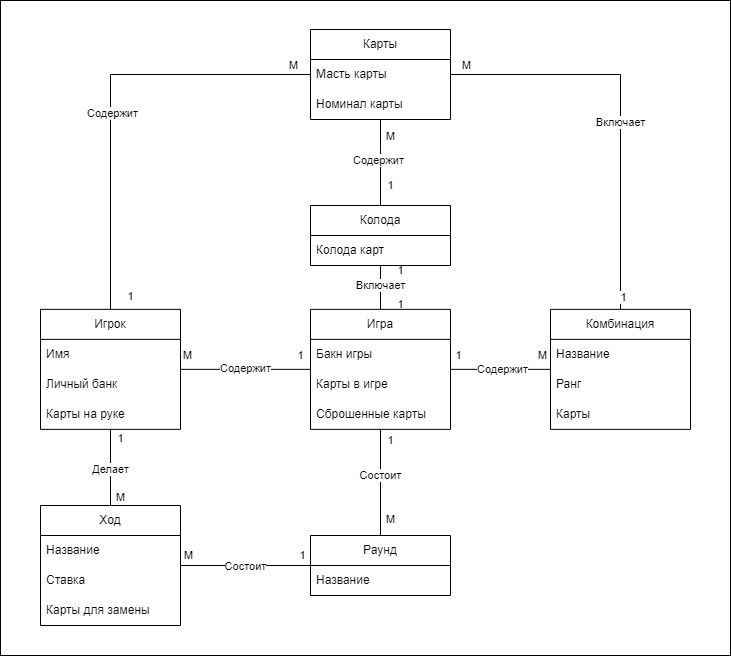
SurrealGentleman/Draw-poker keeps this draw.io diagram as images/диаграмма2.drawio.png. Above is the earlier version. Source tidied: cells renumbered, new cells last; positions are measured from the earlier drawing's top-left corner, leaving out a move shared by most shapes.
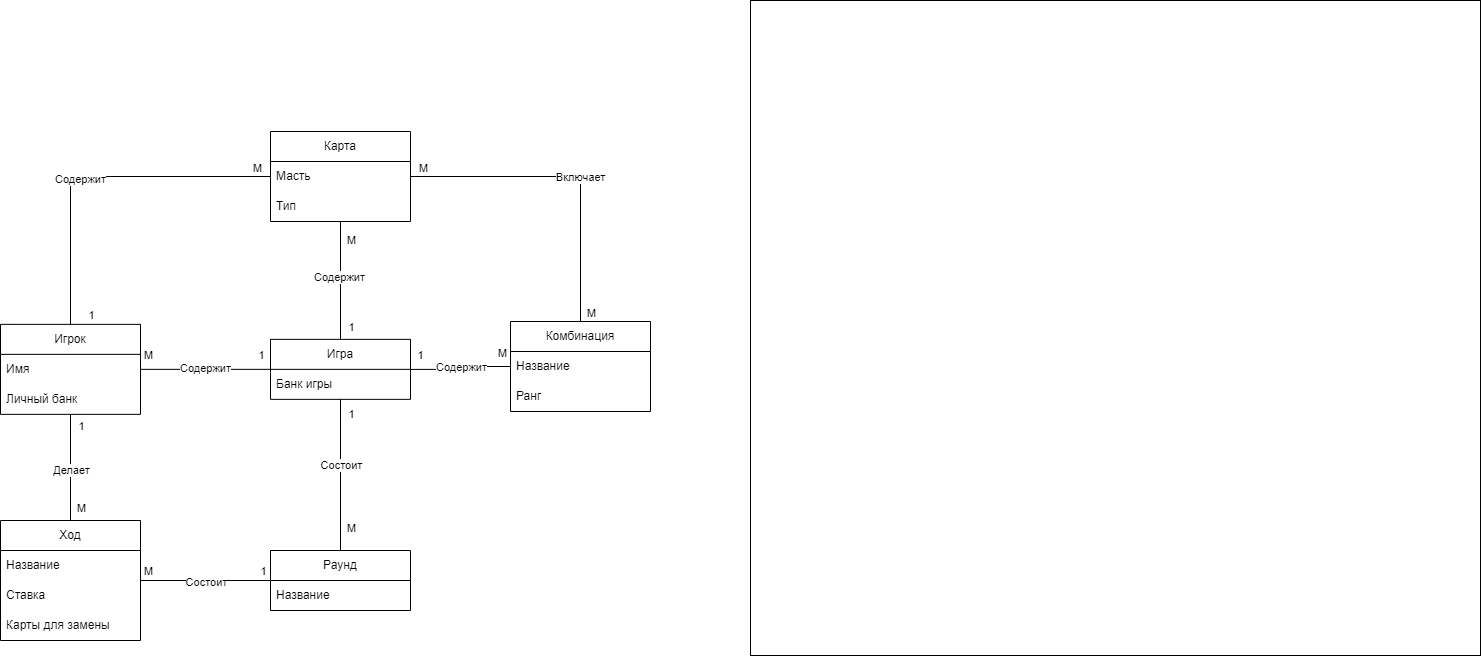
After the commit.

The edit, as a diff of the source:
```diff
@@ -3,7 +3,7 @@
     <mxCell id="0" />
     <mxCell id="1" parent="0" />
     <mxCell id="2" style="rounded=0;whiteSpace=wrap;html=1;" parent="1" vertex="1">
-      <mxGeometry width="730" height="655" as="geometry" />
+      <mxGeometry x="790" width="730" height="655" as="geometry" />
     </mxCell>
     <mxCell id="3" style="edgeStyle=orthogonalEdgeStyle;rounded=0;jettySize=auto;html=1;endArrow=none;endFill=0;" parent="1" edge="1" source="19" target="31">
       <mxGeometry relative="1" as="geometry" />
@@ -21,22 +21,6 @@
     <mxCell id="6" value="Содержит" style="edgeLabel;html=1;align=center;verticalAlign=middle;" parent="3" vertex="1">
       <mxGeometry x="0.01" y="-1" relative="1" as="geometry" />
     </mxCell>
-    <mxCell id="7" style="edgeStyle=orthogonalEdgeStyle;rounded=0;jettySize=auto;html=1;endArrow=none;endFill=0;" parent="1" edge="1" source="19" target="39">
-      <mxGeometry relative="1" as="geometry" />
-    </mxCell>
-    <mxCell id="8" value="1&lt;span style=&quot;white-space: pre;&quot;&gt;&#9;&lt;/span&gt;" style="edgeLabel;html=1;align=center;verticalAlign=middle;" parent="7" vertex="1">
-      <mxGeometry x="-0.75" relative="1" as="geometry">
-        <mxPoint x="20" as="offset" />
-      </mxGeometry>
-    </mxCell>
-    <mxCell id="9" value="1" style="edgeLabel;html=1;align=center;verticalAlign=middle;" parent="7" vertex="1">
-      <mxGeometry x="0.8" relative="1" as="geometry">
-        <mxPoint x="20" as="offset" />
-      </mxGeometry>
-    </mxCell>
-    <mxCell id="10" value="Включает" style="edgeLabel;html=1;align=center;verticalAlign=middle;" parent="7" vertex="1">
-      <mxGeometry x="0.12" relative="1" as="geometry" />
-    </mxCell>
     <mxCell id="11" style="edgeStyle=orthogonalEdgeStyle;rounded=0;jettySize=auto;html=1;endArrow=none;endFill=0;" parent="1" edge="1" source="19" target="48">
       <mxGeometry relative="1" as="geometry" />
     </mxCell>
@@ -70,21 +54,15 @@
       </mxGeometry>
     </mxCell>
     <mxCell id="19" value="Игра" style="swimlane;fontStyle=0;horizontal=1;startSize=30;whiteSpace=wrap;html=1;" parent="1" vertex="1">
-      <mxGeometry x="310" y="308.8" width="140" height="120" as="geometry" />
+      <mxGeometry x="310" y="338.8" width="140" height="60" as="geometry" />
     </mxCell>
-    <mxCell id="20" value="Бакн игры" style="text;strokeColor=none;fillColor=none;align=left;verticalAlign=middle;spacingLeft=4;spacingRight=4;overflow=hidden;whiteSpace=wrap;html=1;" parent="19" vertex="1">
+    <mxCell id="20" value="Банк игры" style="text;strokeColor=none;fillColor=none;align=left;verticalAlign=middle;spacingLeft=4;spacingRight=4;overflow=hidden;whiteSpace=wrap;html=1;" parent="19" vertex="1">
       <mxGeometry y="30" width="140" height="30" as="geometry" />
     </mxCell>
-    <mxCell id="21" value="Карты в игре" style="text;strokeColor=none;fillColor=none;align=left;verticalAlign=middle;spacingLeft=4;spacingRight=4;overflow=hidden;whiteSpace=wrap;html=1;" parent="19" vertex="1">
-      <mxGeometry y="60" width="140" height="30" as="geometry" />
-    </mxCell>
-    <mxCell id="22" value="Сброшенные карты" style="text;strokeColor=none;fillColor=none;align=left;verticalAlign=middle;spacingLeft=4;spacingRight=4;overflow=hidden;whiteSpace=wrap;html=1;" parent="19" vertex="1">
-      <mxGeometry y="90" width="140" height="30" as="geometry" />
-    </mxCell>
     <mxCell id="23" style="edgeStyle=orthogonalEdgeStyle;rounded=0;jettySize=auto;html=1;endArrow=none;endFill=0;" parent="1" edge="1" source="31" target="41">
       <mxGeometry relative="1" as="geometry">
         <Array as="points">
-          <mxPoint x="110" y="74" />
+          <mxPoint x="110" y="176" />
         </Array>
       </mxGeometry>
     </mxCell>
@@ -118,7 +96,7 @@
       <mxGeometry x="0.05" relative="1" as="geometry" />
     </mxCell>
     <mxCell id="31" value="Игрок" style="swimlane;fontStyle=0;horizontal=1;startSize=30;whiteSpace=wrap;html=1;" parent="1" vertex="1">
-      <mxGeometry x="40" y="308.8" width="140" height="120" as="geometry" />
+      <mxGeometry x="40" y="323.8" width="140" height="90" as="geometry" />
     </mxCell>
     <mxCell id="32" value="Имя" style="text;strokeColor=none;fillColor=none;align=left;verticalAlign=middle;spacingLeft=4;spacingRight=4;overflow=hidden;whiteSpace=wrap;html=1;" parent="31" vertex="1">
       <mxGeometry y="30" width="140" height="30" as="geometry" />
@@ -126,43 +104,29 @@
     <mxCell id="33" value="Личный банк" style="text;strokeColor=none;fillColor=none;align=left;verticalAlign=middle;spacingLeft=4;spacingRight=4;overflow=hidden;whiteSpace=wrap;html=1;" parent="31" vertex="1">
       <mxGeometry y="60" width="140" height="30" as="geometry" />
     </mxCell>
-    <mxCell id="34" value="Карты на руке" style="text;strokeColor=none;fillColor=none;align=left;verticalAlign=middle;spacingLeft=4;spacingRight=4;overflow=hidden;whiteSpace=wrap;html=1;" parent="31" vertex="1">
-      <mxGeometry y="90" width="140" height="30" as="geometry" />
-    </mxCell>
-    <mxCell id="35" style="edgeStyle=orthogonalEdgeStyle;rounded=0;jettySize=auto;html=1;endArrow=none;endFill=0;" parent="1" edge="1" source="39" target="41">
-      <mxGeometry relative="1" as="geometry">
-        <Array as="points">
-          <mxPoint x="380" y="145" />
-          <mxPoint x="380" y="145" />
-        </Array>
-      </mxGeometry>
+    <mxCell id="35" style="edgeStyle=orthogonalEdgeStyle;rounded=0;jettySize=auto;html=1;endArrow=none;endFill=0;exitX=0.5;exitY=0;exitDx=0;exitDy=0;" parent="1" edge="1" source="19" target="41">
+      <mxGeometry relative="1" as="geometry" />
     </mxCell>
     <mxCell id="36" value="М" style="edgeLabel;html=1;align=center;verticalAlign=middle;" parent="35" vertex="1">
       <mxGeometry x="0.83" relative="1" as="geometry">
         <mxPoint x="10" y="9" as="offset" />
       </mxGeometry>
     </mxCell>
-    <mxCell id="37" value="1" style="edgeLabel;html=1;align=center;verticalAlign=middle;" parent="35" vertex="1">
-      <mxGeometry x="-0.83" relative="1" as="geometry">
-        <mxPoint x="10" y="-13" as="offset" />
-      </mxGeometry>
-    </mxCell>
     <mxCell id="38" value="Содержит" style="edgeLabel;html=1;align=center;verticalAlign=middle;" parent="35" vertex="1">
       <mxGeometry x="0.06" y="2" relative="1" as="geometry" />
     </mxCell>
-    <mxCell id="39" value="Колода" style="swimlane;fontStyle=0;horizontal=1;startSize=30;whiteSpace=wrap;html=1;" parent="1" vertex="1">
-      <mxGeometry x="310" y="205" width="140" height="60" as="geometry" />
-    </mxCell>
-    <mxCell id="40" value="Колода карт" style="text;strokeColor=none;fillColor=none;align=left;verticalAlign=middle;spacingLeft=4;spacingRight=4;overflow=hidden;whiteSpace=wrap;html=1;" parent="39" vertex="1">
-      <mxGeometry y="30" width="140" height="30" as="geometry" />
-    </mxCell>
+    <mxCell id="62" value="1" style="edgeLabel;html=1;align=center;verticalAlign=middle;" parent="35" vertex="1">
+      <mxGeometry x="-0.8" relative="1" as="geometry">
+        <mxPoint x="10" as="offset" />
+      </mxGeometry>
+    </mxCell>
-    <mxCell id="41" value="Карты" style="swimlane;fontStyle=0;horizontal=1;startSize=30;whiteSpace=wrap;html=1;" parent="1" vertex="1">
-      <mxGeometry x="310" y="29" width="140" height="90" as="geometry" />
+    <mxCell id="41" value="Карта" style="swimlane;fontStyle=0;horizontal=1;startSize=30;whiteSpace=wrap;html=1;" parent="1" vertex="1">
+      <mxGeometry x="310" y="131" width="140" height="90" as="geometry" />
     </mxCell>
-    <mxCell id="42" value="Масть карты" style="text;strokeColor=none;fillColor=none;align=left;verticalAlign=middle;spacingLeft=4;spacingRight=4;overflow=hidden;points=[[0,0.5],[1,0.5]];portConstraint=eastwest;whiteSpace=wrap;html=1;" parent="41" vertex="1">
+    <mxCell id="42" value="Масть" style="text;strokeColor=none;fillColor=none;align=left;verticalAlign=middle;spacingLeft=4;spacingRight=4;overflow=hidden;points=[[0,0.5],[1,0.5]];portConstraint=eastwest;whiteSpace=wrap;html=1;" parent="41" vertex="1">
       <mxGeometry y="30" width="140" height="30" as="geometry" />
     </mxCell>
-    <mxCell id="43" value="Номинал карты" style="text;strokeColor=none;fillColor=none;align=left;verticalAlign=middle;spacingLeft=4;spacingRight=4;overflow=hidden;whiteSpace=wrap;html=1;" parent="41" vertex="1">
+    <mxCell id="43" value="Тип" style="text;strokeColor=none;fillColor=none;align=left;verticalAlign=middle;spacingLeft=4;spacingRight=4;overflow=hidden;whiteSpace=wrap;html=1;" parent="41" vertex="1">
       <mxGeometry y="60" width="140" height="30" as="geometry" />
     </mxCell>
     <mxCell id="44" style="edgeStyle=orthogonalEdgeStyle;rounded=0;jettySize=auto;html=1;endArrow=none;endFill=0;" parent="1" edge="1" source="48" target="50">
@@ -182,13 +146,13 @@
       </mxGeometry>
     </mxCell>
     <mxCell id="48" value="Раунд" style="swimlane;fontStyle=0;horizontal=1;startSize=30;whiteSpace=wrap;html=1;" parent="1" vertex="1">
-      <mxGeometry x="310" y="535" width="140" height="60" as="geometry" />
+      <mxGeometry x="310" y="550" width="140" height="60" as="geometry" />
     </mxCell>
     <mxCell id="49" value="Название" style="text;strokeColor=none;fillColor=none;align=left;verticalAlign=middle;spacingLeft=4;spacingRight=4;overflow=hidden;whiteSpace=wrap;html=1;" parent="48" vertex="1">
       <mxGeometry y="30" width="140" height="30" as="geometry" />
     </mxCell>
     <mxCell id="50" value="Ход" style="swimlane;fontStyle=0;horizontal=1;startSize=30;whiteSpace=wrap;html=1;" parent="1" vertex="1">
-      <mxGeometry x="40" y="505" width="140" height="120" as="geometry" />
+      <mxGeometry x="40" y="520" width="140" height="120" as="geometry" />
     </mxCell>
     <mxCell id="51" value="Название" style="text;strokeColor=none;fillColor=none;align=left;verticalAlign=middle;spacingLeft=4;spacingRight=4;overflow=hidden;whiteSpace=wrap;html=1;" parent="50" vertex="1">
       <mxGeometry y="30" width="140" height="30" as="geometry" />
@@ -202,8 +166,10 @@
     <mxCell id="54" style="edgeStyle=orthogonalEdgeStyle;rounded=0;jettySize=auto;html=1;entryX=1;entryY=0.5;entryDx=0;entryDy=0;endArrow=none;endFill=0;" parent="1" edge="1" source="58" target="42">
       <mxGeometry relative="1" as="geometry" />
     </mxCell>
-    <mxCell id="55" value="1" style="edgeLabel;html=1;align=center;verticalAlign=middle;" parent="54" vertex="1">
-      <mxGeometry x="-0.94" y="-3" relative="1" as="geometry" />
+    <mxCell id="55" value="М" style="edgeLabel;html=1;align=center;verticalAlign=middle;" parent="54" vertex="1">
+      <mxGeometry x="-0.94" y="-3" relative="1" as="geometry">
+        <mxPoint x="7" as="offset" />
+      </mxGeometry>
     </mxCell>
     <mxCell id="56" value="М" style="edgeLabel;html=1;align=center;verticalAlign=middle;" parent="54" vertex="1">
       <mxGeometry x="0.92" relative="1" as="geometry">
@@ -214,7 +180,7 @@
       <mxGeometry x="-0.07" relative="1" as="geometry" />
     </mxCell>
     <mxCell id="58" value="Комбинация" style="swimlane;fontStyle=0;horizontal=1;startSize=30;whiteSpace=wrap;html=1;" parent="1" vertex="1">
-      <mxGeometry x="550" y="308.8" width="140" height="120" as="geometry" />
+      <mxGeometry x="550" y="321" width="140" height="90" as="geometry" />
     </mxCell>
     <mxCell id="59" value="Название" style="text;strokeColor=none;fillColor=none;align=left;verticalAlign=middle;spacingLeft=4;spacingRight=4;overflow=hidden;whiteSpace=wrap;html=1;" parent="58" vertex="1">
       <mxGeometry y="30" width="140" height="30" as="geometry" />
@@ -222,8 +188,5 @@
     <mxCell id="60" value="Ранг" style="text;strokeColor=none;fillColor=none;align=left;verticalAlign=middle;spacingLeft=4;spacingRight=4;overflow=hidden;whiteSpace=wrap;html=1;" parent="58" vertex="1">
       <mxGeometry y="60" width="140" height="30" as="geometry" />
     </mxCell>
-    <mxCell id="61" value="Карты" style="text;strokeColor=none;fillColor=none;align=left;verticalAlign=middle;spacingLeft=4;spacingRight=4;overflow=hidden;whiteSpace=wrap;html=1;" parent="58" vertex="1">
-      <mxGeometry y="90" width="140" height="30" as="geometry" />
-    </mxCell>
   </root>
 </mxGraphModel>
```
